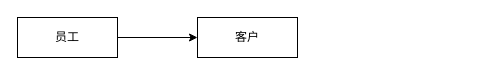
Before: 未命名绘图.drawio in cnsure/draw-image, a draw.io diagram. Source tidied: cells renumbered, new cells numbered last; positions are measured from the earlier drawing's top-left corner, leaving out a move shared by most shapes. Both pictures are drawn from the tidied source at 100%, with x=0, y=0 at pixel (17, 17).
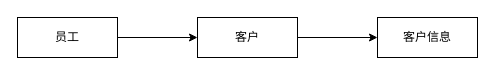
Above is the later version.

Commit message:
添加客户信息.drawio

Change to the diagram source:
```diff
@@
 <mxGraphModel>
   <root>
     <mxCell id="0" />
     <mxCell id="1" parent="0" />
     <mxCell id="2" style="edgeStyle=orthogonalEdgeStyle;rounded=0;jettySize=auto;html=1;" parent="1" edge="1" source="3" target="4">
       <mxGeometry relative="1" as="geometry" />
     </mxCell>
     <mxCell id="3" value="员工" style="whiteSpace=wrap;html=1;align=center;" parent="1" vertex="1">
       <mxGeometry width="100" height="40" as="geometry" />
     </mxCell>
+    <mxCell id="5" style="edgeStyle=orthogonalEdgeStyle;rounded=0;jettySize=auto;html=1;" parent="1" edge="1" source="4" target="6">
+      <mxGeometry relative="1" as="geometry" />
+    </mxCell>
     <mxCell id="4" value="客户" style="whiteSpace=wrap;html=1;align=center;" parent="1" vertex="1">
       <mxGeometry x="180" width="100" height="40" as="geometry" />
     </mxCell>
+    <mxCell id="6" value="客户信息" style="whiteSpace=wrap;html=1;align=center;" parent="1" vertex="1">
+      <mxGeometry x="360" width="100" height="40" as="geometry" />
+    </mxCell>
   </root>
 </mxGraphModel>
```
